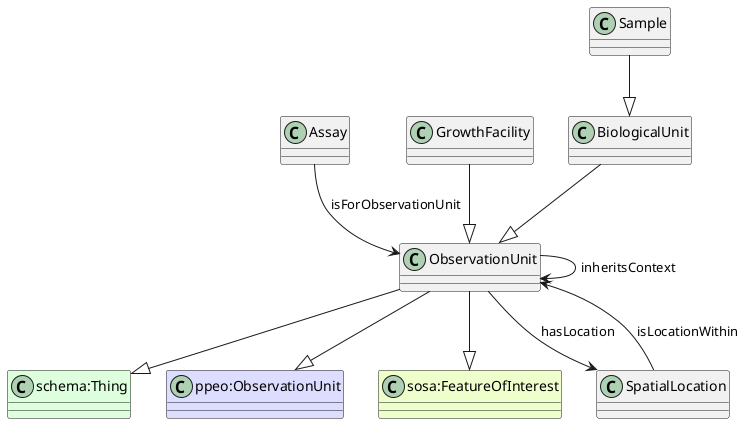
This is ttl_uml/ttl_appn_ObservationUnit.png from aus-plant-phenomics-network/appn-schema, a PlantUML export, as it was before one commit.
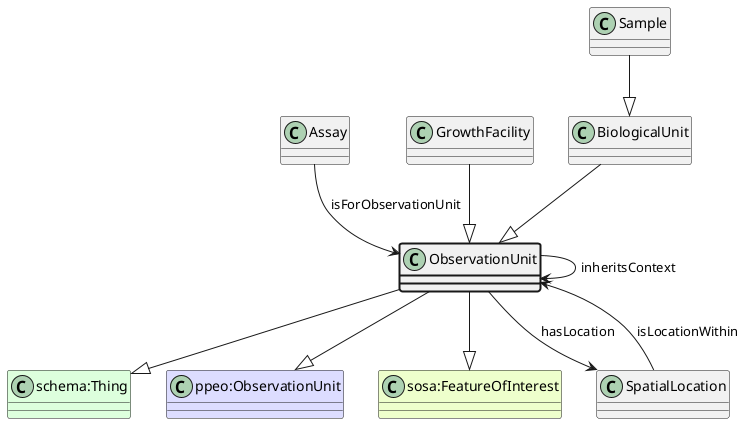
Above is the later version.

The edit, as a diff of the source:
```diff
@@ -8,7 +8,6 @@
 ObservationUnit --|> "sosa:FeatureOfInterest"
 class Assay
 Assay --> ObservationUnit : isForObservationUnit
-class ObservationUnit
 ObservationUnit --> ObservationUnit : inheritsContext
 class SpatialLocation
 ObservationUnit --> SpatialLocation : hasLocation
```
